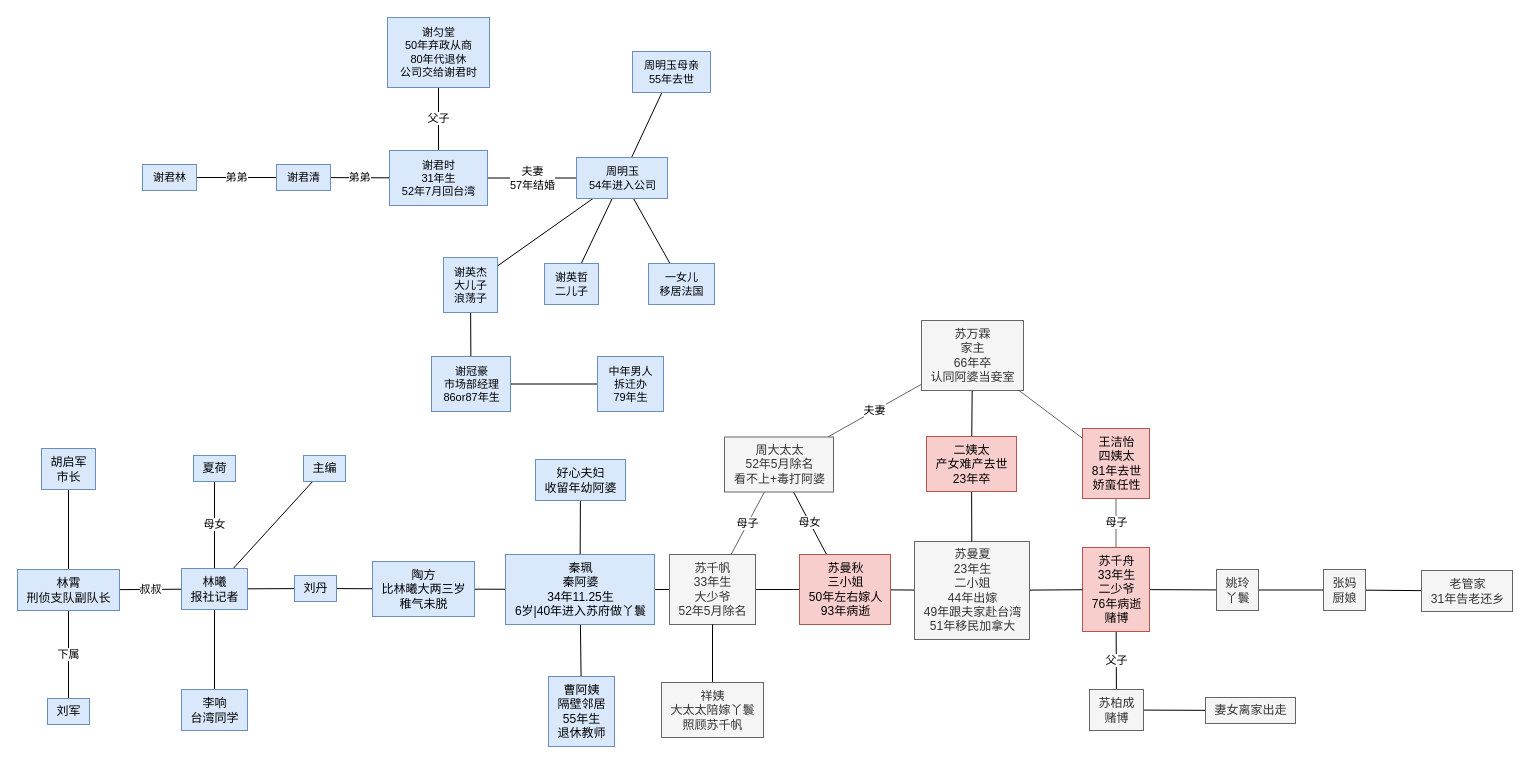
Earlier version of the draw.io diagram page "来易来，去难去" (13 of 13) of 剧本杀人物关系【总图】.drawio (luboq/draw.io). Source tidied: cells renumbered, new cells numbered last; positions are measured from the earlier drawing's top-left corner, leaving out a move shared by most shapes. Both pictures are drawn from the tidied source at 100%, with x=0, y=0 at pixel (17, 17).
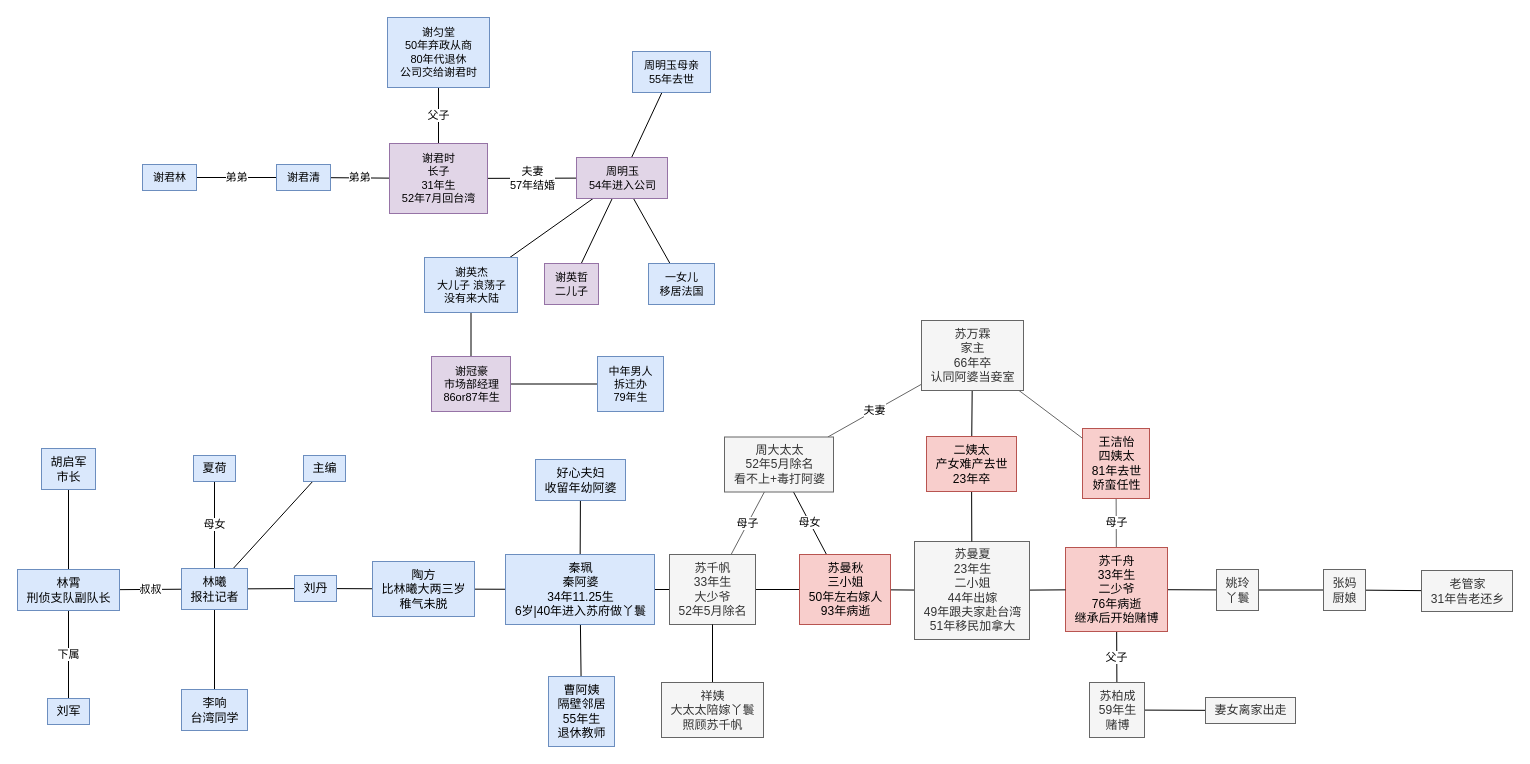
After the change.

Commit message:
更新剧本杀人物关系【总图】.drawio

The edit, as a diff of the source:
```diff
@@
-    <mxCell id="23" value="苏千舟&lt;br&gt;33年生&lt;br&gt;二少爷&lt;br&gt;76年病逝&lt;br&gt;赌博" style="text;html=1;align=center;verticalAlign=middle;points=[];strokeColor=#b85450;fillColor=#f8cecc;" parent="1" vertex="1">
-      <mxGeometry x="1065" y="530" width="67" height="84" as="geometry" />
+    <mxCell id="23" value="苏千舟&lt;br&gt;33年生&lt;br&gt;二少爷&lt;br&gt;76年病逝&lt;br&gt;继承后开始赌博" style="text;html=1;align=center;verticalAlign=middle;points=[];strokeColor=#b85450;fillColor=#f8cecc;" parent="1" vertex="1">
+      <mxGeometry x="1048" y="530" width="102" height="84" as="geometry" />
     </mxCell>
@@
-    <mxCell id="50" value="谢君时&lt;br&gt;31年生&lt;br&gt;52年7月回台湾" style="text;html=1;align=center;verticalAlign=middle;points=[];strokeColor=#6c8ebf;fillColor=#dae8fc;fontSize=11;fontFamily=Helvetica;" parent="1" vertex="1">
-      <mxGeometry x="372" y="133" width="98" height="55" as="geometry" />
+    <mxCell id="50" value="谢君时&lt;br&gt;长子&lt;br&gt;31年生&lt;br&gt;52年7月回台湾" style="text;html=1;align=center;verticalAlign=middle;points=[];strokeColor=#9673a6;fillColor=#e1d5e7;fontSize=11;fontFamily=Helvetica;" parent="1" vertex="1">
+      <mxGeometry x="372" y="126" width="98" height="70" as="geometry" />
     </mxCell>
@@
-    <mxCell id="56" value="周明玉&lt;br&gt;54年进入公司" style="text;html=1;align=center;verticalAlign=middle;points=[];strokeColor=#6c8ebf;fillColor=#dae8fc;fontSize=11;fontFamily=Helvetica;" parent="1" vertex="1">
+    <mxCell id="56" value="周明玉&lt;br&gt;54年进入公司" style="text;html=1;align=center;verticalAlign=middle;points=[];strokeColor=#9673a6;fillColor=#e1d5e7;fontSize=11;fontFamily=Helvetica;" parent="1" vertex="1">
       <mxGeometry x="559" y="140" width="91" height="41" as="geometry" />
     </mxCell>
@@
-    <mxCell id="61" value="谢英杰&lt;br&gt;大儿子&lt;br&gt;浪荡子" style="text;html=1;align=center;verticalAlign=middle;points=[];strokeColor=#6c8ebf;fillColor=#dae8fc;fontSize=11;fontFamily=Helvetica;" parent="1" vertex="1">
-      <mxGeometry x="426" y="240" width="54" height="55" as="geometry" />
+    <mxCell id="61" value="谢英杰&lt;br&gt;大儿子 浪荡子&lt;br&gt;没有来大陆" style="text;html=1;align=center;verticalAlign=middle;points=[];strokeColor=#6c8ebf;fillColor=#dae8fc;fontSize=11;fontFamily=Helvetica;" parent="1" vertex="1">
+      <mxGeometry x="407" y="240" width="93" height="55" as="geometry" />
     </mxCell>
@@
-    <mxCell id="65" value="谢冠豪&lt;br&gt;市场部经理&lt;br&gt;86or87年生" style="text;html=1;align=center;verticalAlign=middle;points=[];strokeColor=#6c8ebf;fillColor=#dae8fc;fontSize=11;fontFamily=Helvetica;" parent="1" vertex="1">
+    <mxCell id="65" value="谢冠豪&lt;br&gt;市场部经理&lt;br&gt;86or87年生" style="text;html=1;align=center;verticalAlign=middle;points=[];strokeColor=#9673a6;fillColor=#e1d5e7;fontSize=11;fontFamily=Helvetica;" parent="1" vertex="1">
       <mxGeometry x="414" y="339" width="79" height="55" as="geometry" />
     </mxCell>
-    <mxCell id="66" value="谢英哲&lt;br&gt;二儿子" style="text;html=1;align=center;verticalAlign=middle;points=[];strokeColor=#6c8ebf;fillColor=#dae8fc;fontSize=11;fontFamily=Helvetica;" parent="1" vertex="1">
+    <mxCell id="66" value="谢英哲&lt;br&gt;二儿子" style="text;html=1;align=center;verticalAlign=middle;points=[];strokeColor=#9673a6;fillColor=#e1d5e7;fontSize=11;fontFamily=Helvetica;" parent="1" vertex="1">
       <mxGeometry x="527" y="246" width="54" height="41" as="geometry" />
     </mxCell>
@@
-    <mxCell id="70" value="苏柏成&lt;br&gt;赌博" style="text;html=1;align=center;verticalAlign=middle;points=[];strokeColor=#666666;fillColor=#f5f5f5;fontColor=#333333;" parent="1" vertex="1">
-      <mxGeometry x="1072" y="672" width="54" height="41" as="geometry" />
+    <mxCell id="70" value="苏柏成&lt;br&gt;59年生&lt;br&gt;赌博" style="text;html=1;align=center;verticalAlign=middle;points=[];strokeColor=#666666;fillColor=#f5f5f5;fontColor=#333333;" parent="1" vertex="1">
+      <mxGeometry x="1072" y="665" width="55" height="55" as="geometry" />
     </mxCell>
```
